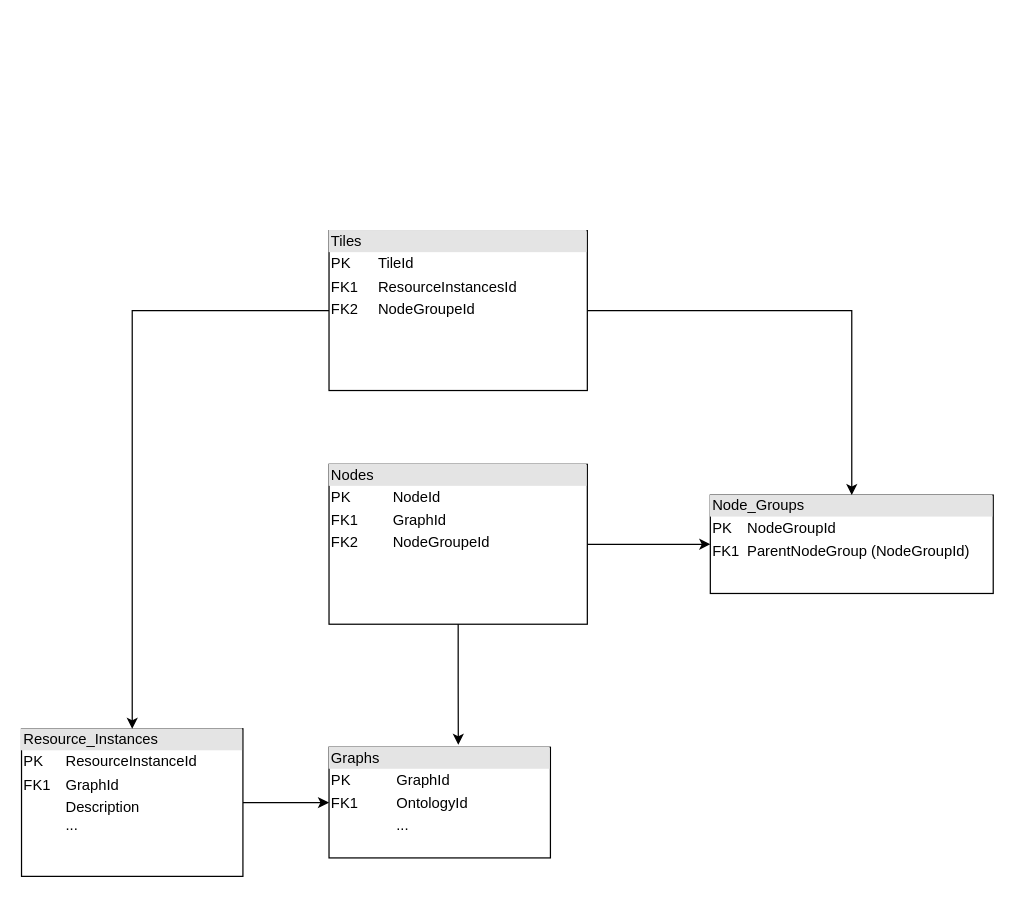
Earlier version of the draw.io diagram page "Page-4" (4 of 4) of Arches_Graphs_Nodes.drawio (thalleslimasys/Draws). Source tidied: cells renumbered, new cells numbered last; positions are measured from the earlier drawing's top-left corner, leaving out a move shared by most shapes. Both pictures are drawn from the tidied source at 123%, with x=0, y=0 at pixel (21, 230).
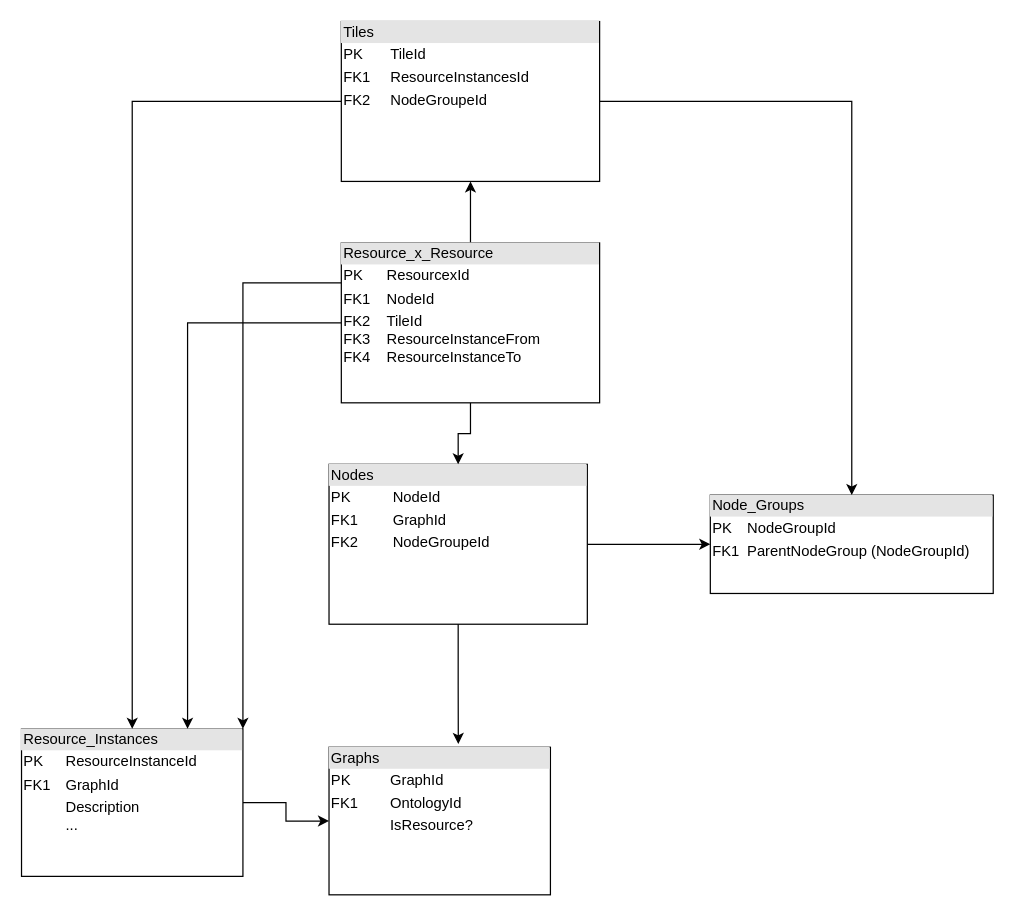
The same page after the edit.

What changed in the source:
```diff
@@
 <mxGraphModel>
   <root>
     <mxCell id="0" />
     <mxCell id="1" parent="0" />
-    <mxCell id="2" value="&lt;div style=&quot;box-sizing:border-box;width:100%;background:#e4e4e4;padding:2px;&quot;&gt;Graphs&lt;/div&gt;&lt;table style=&quot;width:100%;font-size:1em;&quot; cellpadding=&quot;2&quot; cellspacing=&quot;0&quot;&gt;&lt;tbody&gt;&lt;tr&gt;&lt;td&gt;PK&lt;/td&gt;&lt;td&gt;GraphId&lt;/td&gt;&lt;/tr&gt;&lt;tr&gt;&lt;td&gt;FK1&lt;/td&gt;&lt;td&gt;OntologyId&lt;/td&gt;&lt;/tr&gt;&lt;tr&gt;&lt;td&gt;&lt;/td&gt;&lt;td&gt;...&lt;/td&gt;&lt;/tr&gt;&lt;/tbody&gt;&lt;/table&gt;" style="verticalAlign=top;align=left;overflow=fill;html=1;whiteSpace=wrap;" parent="1" vertex="1">
-      <mxGeometry x="250" y="420" width="180" height="90" as="geometry" />
+    <mxCell id="2" value="&lt;div style=&quot;box-sizing:border-box;width:100%;background:#e4e4e4;padding:2px;&quot;&gt;Graphs&lt;/div&gt;&lt;table style=&quot;width:100%;font-size:1em;&quot; cellpadding=&quot;2&quot; cellspacing=&quot;0&quot;&gt;&lt;tbody&gt;&lt;tr&gt;&lt;td&gt;PK&lt;/td&gt;&lt;td&gt;GraphId&lt;/td&gt;&lt;/tr&gt;&lt;tr&gt;&lt;td&gt;FK1&lt;/td&gt;&lt;td&gt;OntologyId&lt;/td&gt;&lt;/tr&gt;&lt;tr&gt;&lt;td&gt;&lt;/td&gt;&lt;td&gt;IsResource?&lt;/td&gt;&lt;/tr&gt;&lt;/tbody&gt;&lt;/table&gt;" style="verticalAlign=top;align=left;overflow=fill;html=1;whiteSpace=wrap;" parent="1" vertex="1">
+      <mxGeometry x="250" y="420" width="180" height="120" as="geometry" />
     </mxCell>
     <mxCell id="3" style="edgeStyle=orthogonalEdgeStyle;rounded=0;jettySize=auto;html=1;entryX=0;entryY=0.5;entryDx=0;entryDy=0;" parent="1" edge="1" source="4" target="2">
       <mxGeometry relative="1" as="geometry" />
     </mxCell>
     <mxCell id="4" value="&lt;div style=&quot;box-sizing:border-box;width:100%;background:#e4e4e4;padding:2px;&quot;&gt;Resource_Instances&lt;/div&gt;&lt;table style=&quot;width:100%;font-size:1em;&quot; cellpadding=&quot;2&quot; cellspacing=&quot;0&quot;&gt;&lt;tbody&gt;&lt;tr&gt;&lt;td&gt;PK&lt;/td&gt;&lt;td&gt;ResourceInstanceId&lt;/td&gt;&lt;/tr&gt;&lt;tr&gt;&lt;td&gt;FK1&lt;/td&gt;&lt;td&gt;GraphId&lt;/td&gt;&lt;/tr&gt;&lt;tr&gt;&lt;td&gt;&lt;/td&gt;&lt;td&gt;Description&lt;br&gt;...&lt;/td&gt;&lt;/tr&gt;&lt;/tbody&gt;&lt;/table&gt;" style="verticalAlign=top;align=left;overflow=fill;html=1;whiteSpace=wrap;" parent="1" vertex="1">
       <mxGeometry y="405" width="180" height="120" as="geometry" />
     </mxCell>
     <mxCell id="5" style="edgeStyle=orthogonalEdgeStyle;rounded=0;jettySize=auto;html=1;entryX=0;entryY=0.5;entryDx=0;entryDy=0;" parent="1" edge="1" source="6" target="8">
       <mxGeometry relative="1" as="geometry" />
     </mxCell>
     <mxCell id="6" value="&lt;div style=&quot;box-sizing:border-box;width:100%;background:#e4e4e4;padding:2px;&quot;&gt;Nodes&lt;/div&gt;&lt;table style=&quot;width:100%;font-size:1em;&quot; cellpadding=&quot;2&quot; cellspacing=&quot;0&quot;&gt;&lt;tbody&gt;&lt;tr&gt;&lt;td&gt;PK&lt;/td&gt;&lt;td&gt;NodeId&lt;/td&gt;&lt;/tr&gt;&lt;tr&gt;&lt;td&gt;FK1&lt;/td&gt;&lt;td&gt;GraphId&lt;/td&gt;&lt;/tr&gt;&lt;tr&gt;&lt;td&gt;FK2&lt;/td&gt;&lt;td&gt;NodeGroupeId&lt;br&gt;&lt;/td&gt;&lt;/tr&gt;&lt;/tbody&gt;&lt;/table&gt;" style="verticalAlign=top;align=left;overflow=fill;html=1;whiteSpace=wrap;" parent="1" vertex="1">
       <mxGeometry x="250" y="190" width="210" height="130" as="geometry" />
     </mxCell>
     <mxCell id="7" style="edgeStyle=orthogonalEdgeStyle;rounded=0;jettySize=auto;html=1;entryX=0.584;entryY=-0.022;entryDx=0;entryDy=0;entryPerimeter=0;" parent="1" edge="1" source="6" target="2">
       <mxGeometry relative="1" as="geometry" />
     </mxCell>
     <mxCell id="8" value="&lt;div style=&quot;box-sizing:border-box;width:100%;background:#e4e4e4;padding:2px;&quot;&gt;Node_Groups&lt;/div&gt;&lt;table style=&quot;width:100%;font-size:1em;&quot; cellpadding=&quot;2&quot; cellspacing=&quot;0&quot;&gt;&lt;tbody&gt;&lt;tr&gt;&lt;td&gt;PK&lt;/td&gt;&lt;td&gt;NodeGroupId&lt;/td&gt;&lt;/tr&gt;&lt;tr&gt;&lt;td&gt;FK1&lt;/td&gt;&lt;td&gt;ParentNodeGroup (NodeGroupId)&lt;/td&gt;&lt;/tr&gt;&lt;tr&gt;&lt;td&gt;&lt;br&gt;&lt;/td&gt;&lt;td&gt;&lt;br&gt;&lt;/td&gt;&lt;/tr&gt;&lt;/tbody&gt;&lt;/table&gt;" style="verticalAlign=top;align=left;overflow=fill;html=1;whiteSpace=wrap;" parent="1" vertex="1">
       <mxGeometry x="560" y="215" width="230" height="80" as="geometry" />
     </mxCell>
     <mxCell id="9" style="edgeStyle=orthogonalEdgeStyle;rounded=0;jettySize=auto;html=1;entryX=0.5;entryY=0;entryDx=0;entryDy=0;" parent="1" edge="1" source="11" target="8">
       <mxGeometry relative="1" as="geometry" />
     </mxCell>
     <mxCell id="10" style="edgeStyle=orthogonalEdgeStyle;rounded=0;jettySize=auto;html=1;entryX=0.5;entryY=0;entryDx=0;entryDy=0;" parent="1" edge="1" source="11" target="4">
       <mxGeometry relative="1" as="geometry" />
     </mxCell>
     <mxCell id="11" value="&lt;div style=&quot;box-sizing:border-box;width:100%;background:#e4e4e4;padding:2px;&quot;&gt;Tiles&lt;/div&gt;&lt;table style=&quot;width:100%;font-size:1em;&quot; cellpadding=&quot;2&quot; cellspacing=&quot;0&quot;&gt;&lt;tbody&gt;&lt;tr&gt;&lt;td&gt;PK&lt;/td&gt;&lt;td&gt;TileId&lt;/td&gt;&lt;/tr&gt;&lt;tr&gt;&lt;td&gt;FK1&lt;/td&gt;&lt;td&gt;ResourceInstancesId&lt;/td&gt;&lt;/tr&gt;&lt;tr&gt;&lt;td&gt;FK2&lt;/td&gt;&lt;td&gt;NodeGroupeId&lt;br&gt;&lt;/td&gt;&lt;/tr&gt;&lt;/tbody&gt;&lt;/table&gt;" style="verticalAlign=top;align=left;overflow=fill;html=1;whiteSpace=wrap;" parent="1" vertex="1">
-      <mxGeometry x="250" width="210" height="130" as="geometry" />
+      <mxGeometry x="260" y="-170" width="210" height="130" as="geometry" />
     </mxCell>
+    <mxCell id="12" style="edgeStyle=orthogonalEdgeStyle;rounded=0;jettySize=auto;html=1;entryX=0.5;entryY=1;entryDx=0;entryDy=0;" parent="1" edge="1" source="16" target="11">
+      <mxGeometry relative="1" as="geometry" />
+    </mxCell>
+    <mxCell id="13" style="edgeStyle=orthogonalEdgeStyle;rounded=0;jettySize=auto;html=1;entryX=0.5;entryY=0;entryDx=0;entryDy=0;" parent="1" edge="1" source="16" target="6">
+      <mxGeometry relative="1" as="geometry" />
+    </mxCell>
+    <mxCell id="14" style="edgeStyle=orthogonalEdgeStyle;rounded=0;jettySize=auto;html=1;entryX=0.75;entryY=0;entryDx=0;entryDy=0;" parent="1" edge="1" source="16" target="4">
+      <mxGeometry relative="1" as="geometry" />
+    </mxCell>
+    <mxCell id="15" style="edgeStyle=orthogonalEdgeStyle;rounded=0;jettySize=auto;html=1;exitX=0;exitY=0.25;exitDx=0;exitDy=0;entryX=1;entryY=0;entryDx=0;entryDy=0;" parent="1" edge="1" source="16" target="4">
+      <mxGeometry relative="1" as="geometry" />
+    </mxCell>
+    <mxCell id="16" value="&lt;div style=&quot;box-sizing:border-box;width:100%;background:#e4e4e4;padding:2px;&quot;&gt;Resource_x_Resource&lt;/div&gt;&lt;table style=&quot;width:100%;font-size:1em;&quot; cellpadding=&quot;2&quot; cellspacing=&quot;0&quot;&gt;&lt;tbody&gt;&lt;tr&gt;&lt;td&gt;PK&lt;/td&gt;&lt;td&gt;ResourcexId&lt;/td&gt;&lt;/tr&gt;&lt;tr&gt;&lt;td&gt;FK1&lt;/td&gt;&lt;td&gt;NodeId&lt;/td&gt;&lt;/tr&gt;&lt;tr&gt;&lt;td&gt;FK2&lt;br&gt;FK3&lt;br&gt;FK4&lt;/td&gt;&lt;td&gt;TileId&lt;br&gt;ResourceInstanceFrom&lt;br&gt;ResourceInstanceTo&lt;br&gt;&lt;/td&gt;&lt;/tr&gt;&lt;/tbody&gt;&lt;/table&gt;" style="verticalAlign=top;align=left;overflow=fill;html=1;whiteSpace=wrap;" parent="1" vertex="1">
+      <mxGeometry x="260" y="10" width="210" height="130" as="geometry" />
+    </mxCell>
   </root>
 </mxGraphModel>
```
